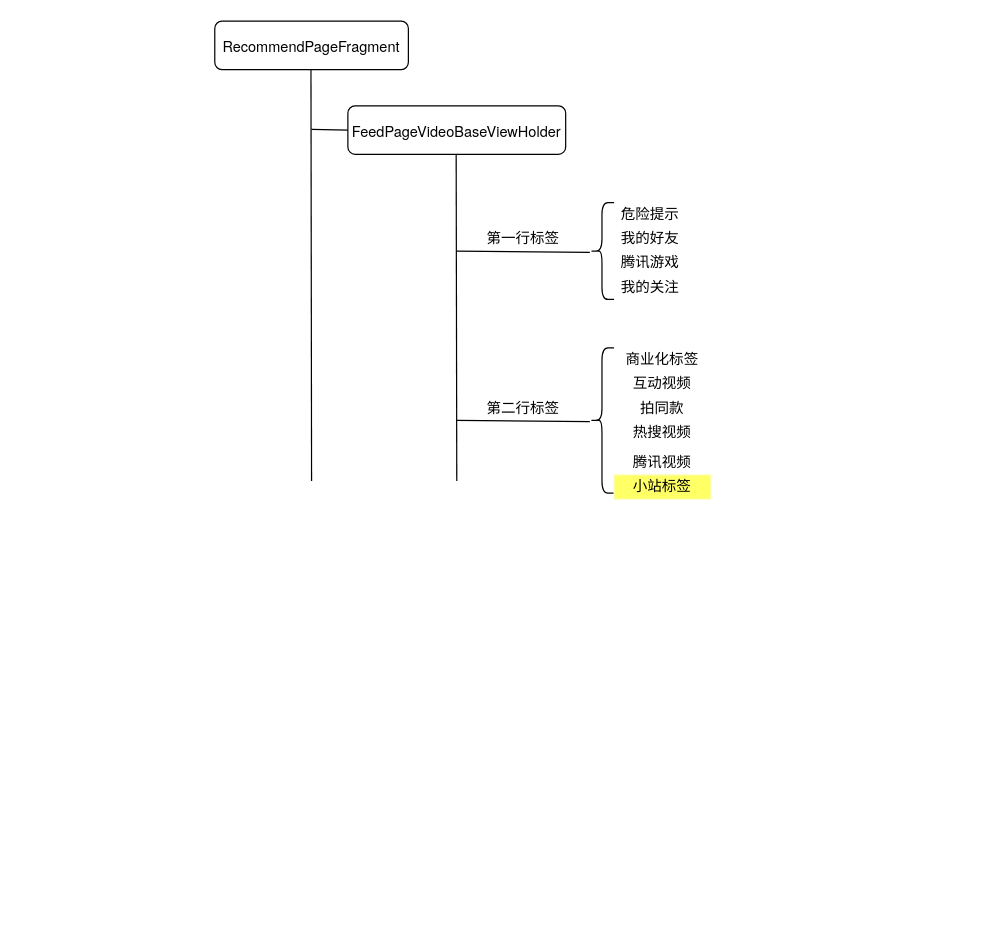
Earlier version of the draw.io diagram page "Page-1" (1 of 3) of smallStation.drawio (shinecjj/UML). Source tidied: cells renumbered, new cells numbered last; positions are measured from the earlier drawing's top-left corner, leaving out a move shared by most shapes. Both pictures are drawn from the tidied source at 121%, with x=0, y=0 at pixel (214, 21).
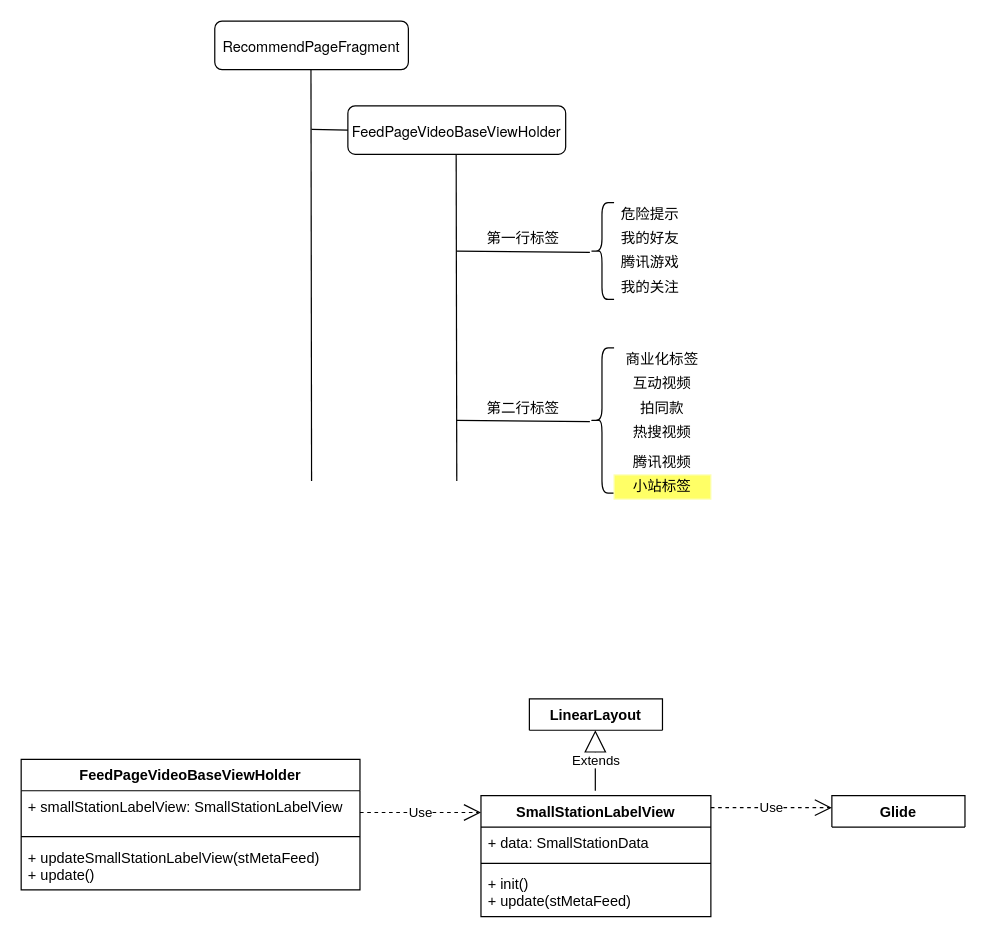
The same diagram, later.

What changed in the source:
```diff
@@
+    <mxCell id="23" value="SmallStationLabelView" style="swimlane;fontStyle=1;align=center;verticalAlign=top;horizontal=1;startSize=26;strokeColor=#000000;fillColor=#FFFFFF;" parent="1" vertex="1">
+      <mxGeometry x="220" y="640" width="190" height="100" as="geometry" />
+    </mxCell>
+    <mxCell id="24" value="+ data: SmallStationData" style="text;strokeColor=none;fillColor=none;align=left;verticalAlign=top;spacingLeft=4;spacingRight=4;overflow=hidden;" parent="23" vertex="1">
+      <mxGeometry y="26" width="190" height="26" as="geometry" />
+    </mxCell>
+    <mxCell id="25" style="line;strokeWidth=1;fillColor=none;align=left;verticalAlign=middle;spacingTop=-1;spacingLeft=3;spacingRight=3;labelPosition=right;" parent="23" vertex="1">
+      <mxGeometry y="52" width="190" height="8" as="geometry" />
+    </mxCell>
+    <mxCell id="26" value="+ init()&#10;+ update(stMetaFeed)" style="text;strokeColor=none;fillColor=none;align=left;verticalAlign=top;spacingLeft=4;spacingRight=4;overflow=hidden;" parent="23" vertex="1">
+      <mxGeometry y="60" width="190" height="40" as="geometry" />
+    </mxCell>
+    <mxCell id="27" value="LinearLayout" style="swimlane;fontStyle=1;align=center;verticalAlign=top;horizontal=1;startSize=26;strokeColor=#000000;fillColor=#FFFFFF;" parent="1" vertex="1" collapsed="1">
+      <mxGeometry x="260" y="560" width="110" height="26" as="geometry" />
+    </mxCell>
+    <mxCell id="28" value="Extends" style="endArrow=block;endSize=16;endFill=0;html=1;" parent="1" edge="1">
+      <mxGeometry relative="1" as="geometry">
+        <mxPoint x="314.5" y="636" as="sourcePoint" />
+        <mxPoint x="314.5" y="586" as="targetPoint" />
+      </mxGeometry>
+    </mxCell>
+    <mxCell id="29" value="FeedPageVideoBaseViewHolder" style="swimlane;fontStyle=1;align=center;verticalAlign=top;horizontal=1;startSize=26;strokeColor=#000000;fillColor=#FFFFFF;" parent="1" vertex="1">
+      <mxGeometry x="-160" y="610" width="280" height="108" as="geometry" />
+    </mxCell>
+    <mxCell id="30" value="+ smallStationLabelView: SmallStationLabelView" style="text;strokeColor=none;fillColor=none;align=left;verticalAlign=top;spacingLeft=4;spacingRight=4;overflow=hidden;" parent="29" vertex="1">
+      <mxGeometry y="26" width="280" height="34" as="geometry" />
+    </mxCell>
+    <mxCell id="31" style="line;strokeWidth=1;fillColor=none;align=left;verticalAlign=middle;spacingTop=-1;spacingLeft=3;spacingRight=3;labelPosition=right;" parent="29" vertex="1">
+      <mxGeometry y="60" width="280" height="8" as="geometry" />
+    </mxCell>
+    <mxCell id="32" value="+ updateSmallStationLabelView(stMetaFeed)&#10;+ update()" style="text;strokeColor=none;fillColor=none;align=left;verticalAlign=top;spacingLeft=4;spacingRight=4;overflow=hidden;" parent="29" vertex="1">
+      <mxGeometry y="68" width="280" height="40" as="geometry" />
+    </mxCell>
+    <mxCell id="33" value="Use" style="endArrow=open;endSize=12;dashed=1;html=1;" parent="1" edge="1">
+      <mxGeometry relative="1" as="geometry">
+        <mxPoint x="120" y="654" as="sourcePoint" />
+        <mxPoint x="220" y="654" as="targetPoint" />
+      </mxGeometry>
+    </mxCell>
+    <mxCell id="34" value="Glide" style="swimlane;fontStyle=1;align=center;verticalAlign=top;horizontal=1;startSize=26;strokeColor=#000000;fillColor=#FFFFFF;" parent="1" vertex="1" collapsed="1">
+      <mxGeometry x="510" y="640" width="110" height="26" as="geometry" />
+    </mxCell>
+    <mxCell id="35" value="Use" style="endArrow=open;endSize=12;dashed=1;html=1;" parent="1" edge="1">
+      <mxGeometry relative="1" as="geometry">
+        <mxPoint x="410" y="650" as="sourcePoint" />
+        <mxPoint x="510" y="650" as="targetPoint" />
+      </mxGeometry>
+    </mxCell>
```
